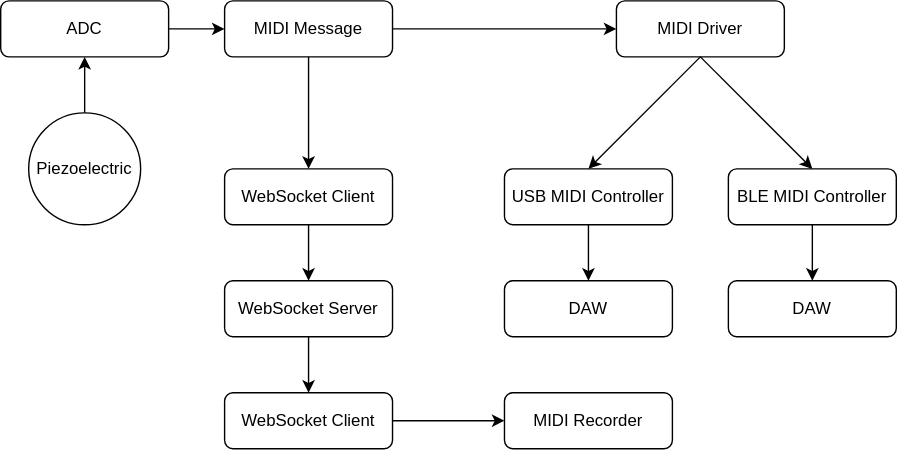
Earlier version of the draw.io export images/flow.drawio.svg (kamshory/ESP32DrumPad). Source tidied: cells renumbered, new cells last; positions are measured from the earlier drawing's top-left corner, leaving out a move shared by most shapes. Its diagram source:
```xml
<mxGraphModel>
  <root>
    <mxCell id="0" />
    <mxCell id="1" parent="0" />
    <mxCell id="2" value="ADC" style="rounded=1;whiteSpace=wrap;html=1;" parent="1" vertex="1">
      <mxGeometry width="120" height="40" as="geometry" />
    </mxCell>
    <mxCell id="3" value="MIDI Message" style="rounded=1;whiteSpace=wrap;html=1;" parent="1" vertex="1">
      <mxGeometry x="160" width="120" height="40" as="geometry" />
    </mxCell>
    <mxCell id="4" value="MIDI Driver" style="rounded=1;whiteSpace=wrap;html=1;" parent="1" vertex="1">
      <mxGeometry x="440" width="120" height="40" as="geometry" />
    </mxCell>
    <mxCell id="5" value="USB MIDI Controller" style="rounded=1;whiteSpace=wrap;html=1;" parent="1" vertex="1">
      <mxGeometry x="360" y="120" width="120" height="40" as="geometry" />
    </mxCell>
    <mxCell id="6" value="BLE MIDI Controller" style="rounded=1;whiteSpace=wrap;html=1;" parent="1" vertex="1">
      <mxGeometry x="520" y="120" width="120" height="40" as="geometry" />
    </mxCell>
    <mxCell id="7" value="WebSocket Client" style="rounded=1;whiteSpace=wrap;html=1;" parent="1" vertex="1">
      <mxGeometry x="160" y="120" width="120" height="40" as="geometry" />
    </mxCell>
    <mxCell id="8" value="WebSocket Client" style="rounded=1;whiteSpace=wrap;html=1;" parent="1" vertex="1">
      <mxGeometry x="160" y="280" width="120" height="40" as="geometry" />
    </mxCell>
    <mxCell id="9" value="WebSocket Server" style="rounded=1;whiteSpace=wrap;html=1;" parent="1" vertex="1">
      <mxGeometry x="160" y="200" width="120" height="40" as="geometry" />
    </mxCell>
    <mxCell id="10" value="MIDI Recorder" style="rounded=1;whiteSpace=wrap;html=1;" parent="1" vertex="1">
      <mxGeometry x="360" y="280" width="120" height="40" as="geometry" />
    </mxCell>
    <mxCell id="11" style="endArrow=classic;html=1;rounded=0;exitX=1;exitY=0.5;exitDx=0;exitDy=0;" parent="1" edge="1" source="2" target="3">
      <mxGeometry relative="1" as="geometry" />
    </mxCell>
    <mxCell id="12" style="endArrow=classic;html=1;rounded=0;entryX=0;entryY=0.5;entryDx=0;entryDy=0;" parent="1" edge="1" target="4">
      <mxGeometry relative="1" as="geometry">
        <mxPoint x="280" y="20" as="sourcePoint" />
      </mxGeometry>
    </mxCell>
    <mxCell id="13" style="endArrow=classic;html=1;rounded=0;exitX=0.5;exitY=1;exitDx=0;exitDy=0;entryX=0.5;entryY=0;entryDx=0;entryDy=0;" parent="1" edge="1" source="3" target="7">
      <mxGeometry relative="1" as="geometry" />
    </mxCell>
    <mxCell id="14" style="endArrow=classic;html=1;rounded=0;exitX=0.5;exitY=1;exitDx=0;exitDy=0;entryX=0.5;entryY=0;entryDx=0;entryDy=0;" parent="1" edge="1" source="7" target="9">
      <mxGeometry relative="1" as="geometry" />
    </mxCell>
    <mxCell id="15" style="endArrow=classic;html=1;rounded=0;exitX=0.5;exitY=1;exitDx=0;exitDy=0;entryX=0.5;entryY=0;entryDx=0;entryDy=0;" parent="1" edge="1" source="9" target="8">
      <mxGeometry relative="1" as="geometry" />
    </mxCell>
    <mxCell id="16" style="endArrow=classic;html=1;rounded=0;entryX=0;entryY=0.5;entryDx=0;entryDy=0;" parent="1" edge="1" target="10">
      <mxGeometry relative="1" as="geometry">
        <mxPoint x="280" y="300" as="sourcePoint" />
      </mxGeometry>
    </mxCell>
    <mxCell id="17" style="endArrow=classic;html=1;rounded=0;exitX=0.5;exitY=1;exitDx=0;exitDy=0;entryX=0.5;entryY=0;entryDx=0;entryDy=0;" parent="1" edge="1" source="4" target="5">
      <mxGeometry relative="1" as="geometry" />
    </mxCell>
    <mxCell id="18" style="endArrow=classic;html=1;rounded=0;exitX=0.5;exitY=1;exitDx=0;exitDy=0;entryX=0.5;entryY=0;entryDx=0;entryDy=0;" parent="1" edge="1" source="4" target="6">
      <mxGeometry relative="1" as="geometry" />
    </mxCell>
    <mxCell id="19" value="DAW" style="rounded=1;whiteSpace=wrap;html=1;" parent="1" vertex="1">
      <mxGeometry x="360" y="200" width="120" height="40" as="geometry" />
    </mxCell>
    <mxCell id="20" value="DAW" style="rounded=1;whiteSpace=wrap;html=1;" parent="1" vertex="1">
      <mxGeometry x="520" y="200" width="120" height="40" as="geometry" />
    </mxCell>
    <mxCell id="21" style="endArrow=classic;html=1;rounded=0;exitX=0.5;exitY=1;exitDx=0;exitDy=0;entryX=0.5;entryY=0;entryDx=0;entryDy=0;" parent="1" edge="1" source="5" target="19">
      <mxGeometry relative="1" as="geometry" />
    </mxCell>
    <mxCell id="22" style="endArrow=classic;html=1;rounded=0;exitX=0.5;exitY=1;exitDx=0;exitDy=0;" parent="1" edge="1" source="6" target="20">
      <mxGeometry relative="1" as="geometry" />
    </mxCell>
    <mxCell id="23" value="Piezoelectric" style="ellipse;whiteSpace=wrap;html=1;" parent="1" vertex="1">
      <mxGeometry x="20" y="80" width="80" height="80" as="geometry" />
    </mxCell>
    <mxCell id="24" style="endArrow=classic;html=1;rounded=0;entryX=0.5;entryY=1;entryDx=0;entryDy=0;exitX=0.5;exitY=0;exitDx=0;exitDy=0;" parent="1" edge="1" source="23" target="2">
      <mxGeometry relative="1" as="geometry" />
    </mxCell>
  </root>
</mxGraphModel>
```
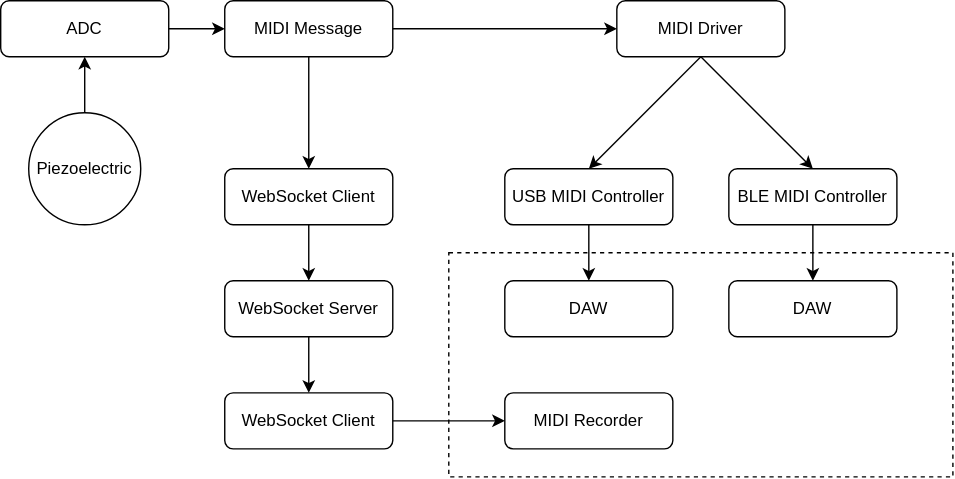
The same diagram one commit later.

Diff of the diagram source:
```diff
@@ -75,5 +75,8 @@
     <mxCell id="24" style="endArrow=classic;html=1;rounded=0;entryX=0.5;entryY=1;entryDx=0;entryDy=0;exitX=0.5;exitY=0;exitDx=0;exitDy=0;" parent="1" edge="1" source="23" target="2">
       <mxGeometry relative="1" as="geometry" />
     </mxCell>
+    <mxCell id="25" style="rounded=0;whiteSpace=wrap;html=1;fillColor=none;dashed=1;" parent="1" vertex="1">
+      <mxGeometry x="320" y="180" width="360" height="160" as="geometry" />
+    </mxCell>
   </root>
 </mxGraphModel>
```
